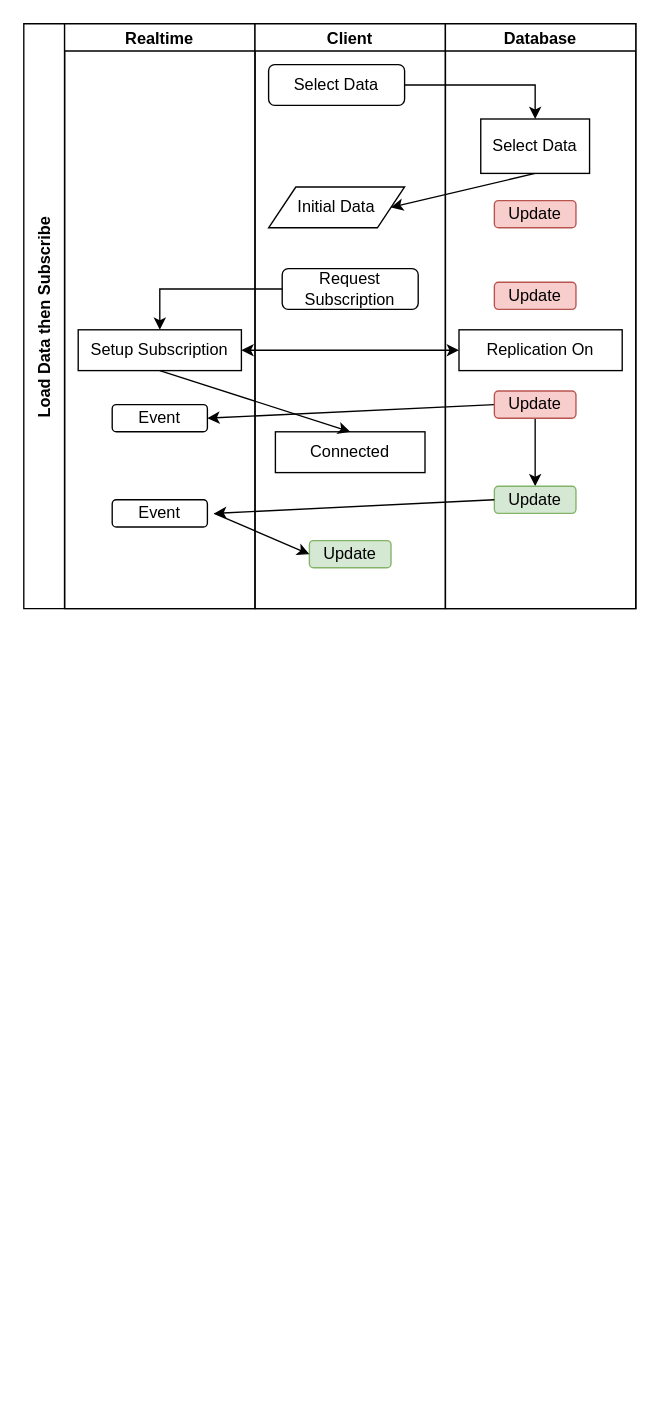
GaryAustin1/Realtime2 keeps this draw.io diagram as Untitled Diagram.drawio. Above is the earlier version. Source tidied: cells renumbered, new cells numbered last; positions are measured from the earlier drawing's top-left corner, leaving out a move shared by most shapes. Both pictures are drawn from the tidied source at 136%, with x=0, y=0 at pixel (23, 23).
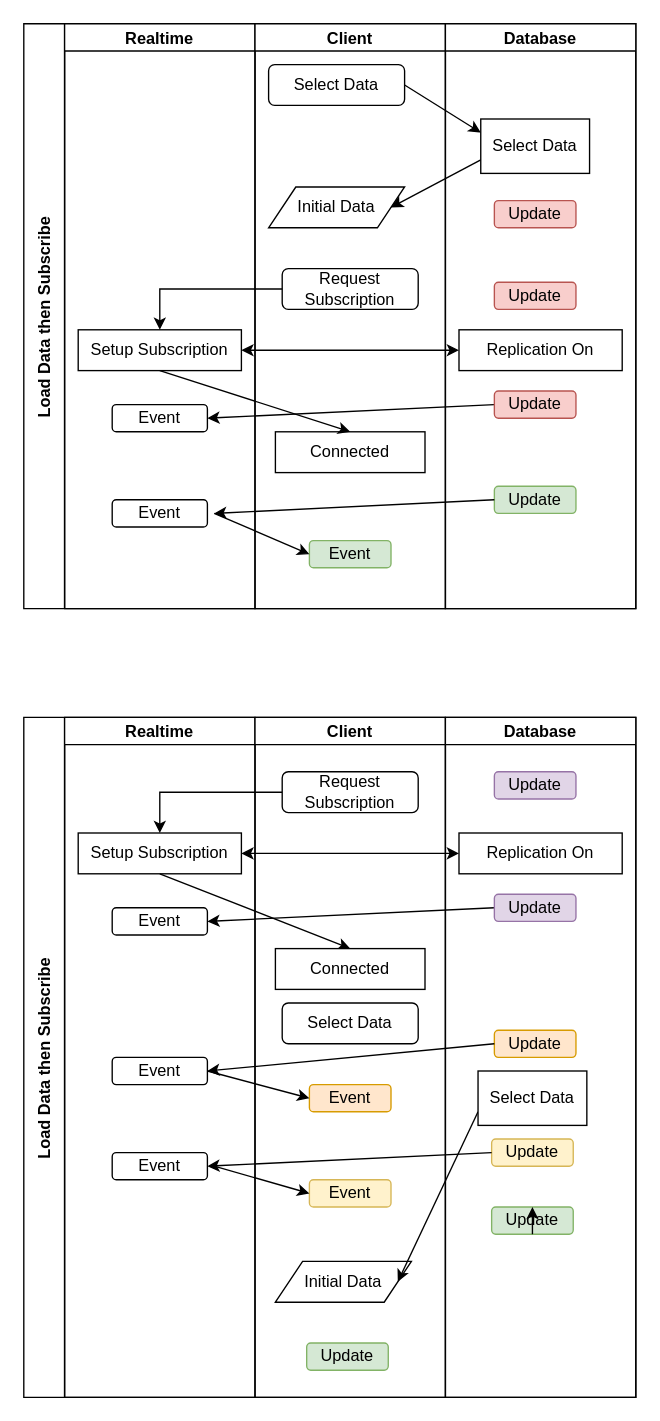
The same diagram, later.

Unchanged cells that the change refers to:
```xml
<mxCell id="2" value="Load Data then Subscribe " style="swimlane;startSize=30;horizontal=0;" parent="1" vertex="1">
  <mxGeometry width="450" height="430" as="geometry" />
</mxCell>
<mxCell id="7" value="Client" style="swimlane;startSize=20;" parent="2" vertex="1">
  <mxGeometry x="170" width="140" height="430" as="geometry" />
</mxCell>
<mxCell id="8" value="Select Data" style="rounded=1;whiteSpace=wrap;html=1;" parent="7" vertex="1">
  <mxGeometry x="10" y="30" width="100" height="30" as="geometry" />
</mxCell>
<mxCell id="9" value="Initial Data" style="shape=parallelogram;perimeter=parallelogramPerimeter;whiteSpace=wrap;html=1;fixedSize=1;" parent="7" vertex="1">
  <mxGeometry x="10" y="120" width="100" height="30" as="geometry" />
</mxCell>
<mxCell id="18" value="Database" style="swimlane;startSize=20;" parent="2" vertex="1">
  <mxGeometry x="310" width="140" height="430" as="geometry" />
</mxCell>
<mxCell id="19" value="Select Data" style="rounded=0;whiteSpace=wrap;html=1;" parent="18" vertex="1">
  <mxGeometry x="26" y="70" width="80" height="40" as="geometry" />
</mxCell>
<mxCell id="23" value="Update" style="rounded=1;whiteSpace=wrap;html=1;fillColor=#f8cecc;strokeColor=#b85450;" parent="18" vertex="1">
  <mxGeometry x="36" y="270" width="60" height="20" as="geometry" />
</mxCell>
<mxCell id="25" value="Update" style="rounded=1;whiteSpace=wrap;html=1;fillColor=#d5e8d4;strokeColor=#82b366;" parent="18" vertex="1">
  <mxGeometry x="36" y="340" width="60" height="20" as="geometry" />
</mxCell>
```

What changed in the source:
```diff
@@
-    <mxCell id="12" value="Update" style="rounded=1;whiteSpace=wrap;html=1;fillColor=#d5e8d4;strokeColor=#82b366;" parent="7" vertex="1">
+    <mxCell id="12" value="Event" style="rounded=1;whiteSpace=wrap;html=1;fillColor=#d5e8d4;strokeColor=#82b366;" parent="7" vertex="1">
       <mxGeometry x="40" y="380" width="60" height="20" as="geometry" />
     </mxCell>
-    <mxCell id="13" style="endArrow=classic;html=1;rounded=0;entryX=1;entryY=0.5;entryDx=0;entryDy=0;exitX=0.5;exitY=1;exitDx=0;exitDy=0;" parent="2" edge="1" source="19" target="9">
+    <mxCell id="13" style="endArrow=classic;html=1;rounded=0;entryX=1;entryY=0.5;entryDx=0;entryDy=0;exitX=0;exitY=0.75;exitDx=0;exitDy=0;" parent="2" edge="1" source="19" target="9">
       <mxGeometry relative="1" as="geometry" />
     </mxCell>
@@
-    <mxCell id="15" style="edgeStyle=orthogonalEdgeStyle;rounded=0;jettySize=auto;html=1;exitX=1;exitY=0.5;exitDx=0;exitDy=0;entryX=0.5;entryY=0;entryDx=0;entryDy=0;" parent="2" edge="1" source="8" target="19">
-      <mxGeometry relative="1" as="geometry" />
-    </mxCell>
@@
-    <mxCell id="22" style="edgeStyle=orthogonalEdgeStyle;rounded=0;jettySize=auto;html=1;" parent="18" edge="1" source="23" target="25">
-      <mxGeometry relative="1" as="geometry" />
-    </mxCell>
@@
+    <mxCell id="15" style="endArrow=classic;html=1;rounded=0;exitX=1;exitY=0.5;exitDx=0;exitDy=0;entryX=0;entryY=0.25;entryDx=0;entryDy=0;" parent="2" edge="1" source="8" target="19">
+      <mxGeometry relative="1" as="geometry" />
+    </mxCell>
@@
+    <mxCell id="29" value="Load Data then Subscribe " style="swimlane;startSize=30;horizontal=0;" parent="1" vertex="1">
+      <mxGeometry y="510" width="450" height="500" as="geometry" />
+    </mxCell>
+    <mxCell id="30" value="Realtime" style="swimlane;startSize=20;" parent="29" vertex="1">
+      <mxGeometry x="30" width="140" height="500" as="geometry" />
+    </mxCell>
+    <mxCell id="31" value="Setup Subscription" style="rounded=0;whiteSpace=wrap;html=1;" parent="30" vertex="1">
+      <mxGeometry x="10" y="85" width="120" height="30" as="geometry" />
+    </mxCell>
+    <mxCell id="32" value="Event" style="rounded=1;whiteSpace=wrap;html=1;" parent="30" vertex="1">
+      <mxGeometry x="35" y="140" width="70" height="20" as="geometry" />
+    </mxCell>
+    <mxCell id="33" value="Event" style="rounded=1;whiteSpace=wrap;html=1;" parent="30" vertex="1">
+      <mxGeometry x="35" y="320" width="70" height="20" as="geometry" />
+    </mxCell>
+    <mxCell id="34" value="Event" style="rounded=1;whiteSpace=wrap;html=1;" parent="30" vertex="1">
+      <mxGeometry x="35" y="250" width="70" height="20" as="geometry" />
+    </mxCell>
+    <mxCell id="35" style="edgeStyle=orthogonalEdgeStyle;rounded=0;jettySize=auto;html=1;entryX=0.5;entryY=0;entryDx=0;entryDy=0;" parent="29" edge="1" source="42" target="31">
+      <mxGeometry relative="1" as="geometry" />
+    </mxCell>
+    <mxCell id="36" style="endArrow=classic;startArrow=classic;html=1;rounded=0;exitX=1;exitY=0.5;exitDx=0;exitDy=0;entryX=0;entryY=0.5;entryDx=0;entryDy=0;" parent="29" edge="1" source="31" target="51">
+      <mxGeometry relative="1" as="geometry" />
+    </mxCell>
+    <mxCell id="37" style="endArrow=classic;html=1;rounded=0;exitX=0;exitY=0.5;exitDx=0;exitDy=0;entryX=1;entryY=0.5;entryDx=0;entryDy=0;" parent="29" edge="1" source="50" target="32">
+      <mxGeometry relative="1" as="geometry" />
+    </mxCell>
+    <mxCell id="38" style="endArrow=classic;html=1;rounded=0;exitX=0.5;exitY=1;exitDx=0;exitDy=0;entryX=0.5;entryY=0;entryDx=0;entryDy=0;" parent="29" edge="1" source="31" target="43">
+      <mxGeometry relative="1" as="geometry" />
+    </mxCell>
+    <mxCell id="39" value="Client" style="swimlane;startSize=20;" parent="29" vertex="1">
+      <mxGeometry x="170" width="140" height="500" as="geometry" />
+    </mxCell>
+    <mxCell id="40" value="Select Data" style="rounded=1;whiteSpace=wrap;html=1;" parent="39" vertex="1">
+      <mxGeometry x="20" y="210" width="100" height="30" as="geometry" />
+    </mxCell>
+    <mxCell id="41" value="Initial Data" style="shape=parallelogram;perimeter=parallelogramPerimeter;whiteSpace=wrap;html=1;fixedSize=1;" parent="39" vertex="1">
+      <mxGeometry x="15" y="400" width="100" height="30" as="geometry" />
+    </mxCell>
+    <mxCell id="42" value="Request Subscription" style="rounded=1;whiteSpace=wrap;html=1;" parent="39" vertex="1">
+      <mxGeometry x="20" y="40" width="100" height="30" as="geometry" />
+    </mxCell>
+    <mxCell id="43" value="Connected" style="rounded=0;whiteSpace=wrap;html=1;" parent="39" vertex="1">
+      <mxGeometry x="15" y="170" width="110" height="30" as="geometry" />
+    </mxCell>
+    <mxCell id="44" value="Update" style="rounded=1;whiteSpace=wrap;html=1;fillColor=#d5e8d4;strokeColor=#82b366;" parent="39" vertex="1">
+      <mxGeometry x="38" y="460" width="60" height="20" as="geometry" />
+    </mxCell>
+    <mxCell id="45" value="Event" style="rounded=1;whiteSpace=wrap;html=1;fillColor=#ffe6cc;strokeColor=#d79b00;" parent="39" vertex="1">
+      <mxGeometry x="40" y="270" width="60" height="20" as="geometry" />
+    </mxCell>
+    <mxCell id="46" value="Event" style="rounded=1;whiteSpace=wrap;html=1;fillColor=#fff2cc;strokeColor=#d6b656;" parent="39" vertex="1">
+      <mxGeometry x="40" y="340" width="60" height="20" as="geometry" />
+    </mxCell>
+    <mxCell id="47" style="endArrow=classic;html=1;rounded=0;entryX=1;entryY=0.5;entryDx=0;entryDy=0;exitX=0;exitY=0.75;exitDx=0;exitDy=0;" parent="29" edge="1" source="49" target="41">
+      <mxGeometry relative="1" as="geometry" />
+    </mxCell>
+    <mxCell id="48" value="Database" style="swimlane;startSize=20;" parent="29" vertex="1">
+      <mxGeometry x="310" width="140" height="500" as="geometry" />
+    </mxCell>
+    <mxCell id="49" value="Select Data" style="rounded=0;whiteSpace=wrap;html=1;" parent="48" vertex="1">
+      <mxGeometry x="24" y="260" width="80" height="40" as="geometry" />
+    </mxCell>
+    <mxCell id="50" value="Update" style="rounded=1;whiteSpace=wrap;html=1;fillColor=#e1d5e7;strokeColor=#9673a6;" parent="48" vertex="1">
+      <mxGeometry x="36" y="130" width="60" height="20" as="geometry" />
+    </mxCell>
+    <mxCell id="51" value="Replication On" style="rounded=0;whiteSpace=wrap;html=1;" parent="48" vertex="1">
+      <mxGeometry x="10" y="85" width="120" height="30" as="geometry" />
+    </mxCell>
+    <mxCell id="52" value="Update" style="rounded=1;whiteSpace=wrap;html=1;fillColor=#d5e8d4;strokeColor=#82b366;" parent="48" vertex="1">
+      <mxGeometry x="34" y="360" width="60" height="20" as="geometry" />
+    </mxCell>
+    <mxCell id="53" value="Update" style="rounded=1;whiteSpace=wrap;html=1;fillColor=#e1d5e7;strokeColor=#9673a6;" parent="48" vertex="1">
+      <mxGeometry x="36" y="40" width="60" height="20" as="geometry" />
+    </mxCell>
+    <mxCell id="54" value="Update" style="rounded=1;whiteSpace=wrap;html=1;fillColor=#ffe6cc;strokeColor=#d79b00;" parent="48" vertex="1">
+      <mxGeometry x="36" y="230" width="60" height="20" as="geometry" />
+    </mxCell>
+    <mxCell id="55" value="Update" style="rounded=1;whiteSpace=wrap;html=1;fillColor=#fff2cc;strokeColor=#d6b656;" parent="48" vertex="1">
+      <mxGeometry x="34" y="310" width="60" height="20" as="geometry" />
+    </mxCell>
+    <mxCell id="56" style="edgeStyle=orthogonalEdgeStyle;rounded=0;orthogonalLoop=1;jettySize=auto;html=1;exitX=0.5;exitY=1;exitDx=0;exitDy=0;entryX=0.5;entryY=0;entryDx=0;entryDy=0;" parent="48" edge="1" source="52" target="52">
+      <mxGeometry relative="1" as="geometry" />
+    </mxCell>
+    <mxCell id="57" style="endArrow=classic;html=1;rounded=0;exitX=0;exitY=0.5;exitDx=0;exitDy=0;entryX=1;entryY=0.5;entryDx=0;entryDy=0;" parent="29" edge="1" source="54" target="34">
+      <mxGeometry relative="1" as="geometry" />
+    </mxCell>
+    <mxCell id="58" style="endArrow=classic;html=1;rounded=0;exitX=1;exitY=0.5;exitDx=0;exitDy=0;entryX=0;entryY=0.5;entryDx=0;entryDy=0;" parent="29" edge="1" source="34" target="45">
+      <mxGeometry relative="1" as="geometry" />
+    </mxCell>
+    <mxCell id="59" style="endArrow=classic;html=1;rounded=0;exitX=0;exitY=0.5;exitDx=0;exitDy=0;entryX=1;entryY=0.5;entryDx=0;entryDy=0;" parent="29" edge="1" source="55" target="33">
+      <mxGeometry relative="1" as="geometry" />
+    </mxCell>
+    <mxCell id="60" style="endArrow=classic;html=1;rounded=0;entryX=0;entryY=0.5;entryDx=0;entryDy=0;" parent="1" edge="1" target="46">
+      <mxGeometry relative="1" as="geometry">
+        <mxPoint x="140" y="840" as="sourcePoint" />
+      </mxGeometry>
+    </mxCell>
```
